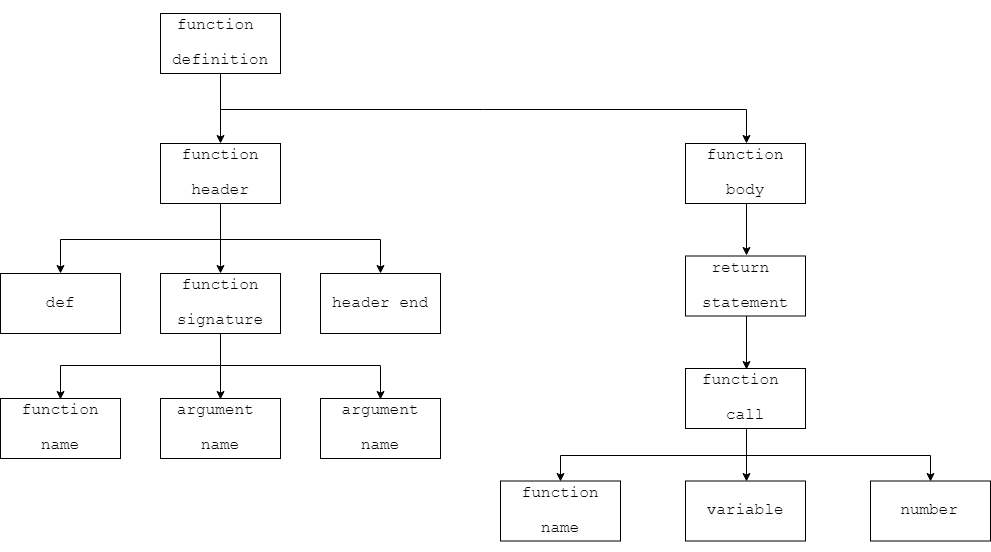
This is figures/parseTreeExample.PNG from quasarbright/Subduce, a draw.io export, as it was before one commit. Source tidied: cells renumbered, new cells last; positions are measured from the earlier drawing's top-left corner, leaving out a move shared by most shapes. Source of this version:
```xml
<mxGraphModel>
  <root>
    <mxCell id="0" />
    <mxCell id="1" parent="0" />
    <mxCell id="2" style="edgeStyle=orthogonalEdgeStyle;rounded=0;jettySize=auto;html=1;exitX=0.5;exitY=1;exitDx=0;exitDy=0;entryX=0.5;entryY=0;entryDx=0;entryDy=0;fontSize=16;" parent="1" edge="1" source="5" target="6">
      <mxGeometry relative="1" as="geometry" />
    </mxCell>
    <mxCell id="3" style="edgeStyle=orthogonalEdgeStyle;rounded=0;jettySize=auto;html=1;exitX=0.5;exitY=1;exitDx=0;exitDy=0;entryX=0.5;entryY=0;entryDx=0;entryDy=0;fontSize=16;" parent="1" edge="1" source="5" target="10">
      <mxGeometry relative="1" as="geometry" />
    </mxCell>
    <mxCell id="4" style="edgeStyle=orthogonalEdgeStyle;rounded=0;jettySize=auto;html=1;exitX=0.5;exitY=1;exitDx=0;exitDy=0;entryX=0.5;entryY=0;entryDx=0;entryDy=0;fontSize=16;" parent="1" edge="1" source="5" target="11">
      <mxGeometry relative="1" as="geometry" />
    </mxCell>
    <mxCell id="5" value="&lt;p style=&quot;line-height: 100%&quot;&gt;&lt;/p&gt;&lt;pre style=&quot;font-size: 16px&quot;&gt;&lt;font style=&quot;font-size: 16px&quot;&gt;function&lt;/font&gt;&lt;/pre&gt;&lt;pre style=&quot;font-size: 16px&quot;&gt;&lt;font style=&quot;font-size: 16px&quot;&gt;header&lt;/font&gt;&lt;/pre&gt;&lt;p&gt;&lt;/p&gt;" style="rounded=0;html=1;fontSize=16;whiteSpace=wrap;spacing=0;" parent="1" vertex="1">
      <mxGeometry x="160" y="130" width="120" height="60" as="geometry" />
    </mxCell>
    <mxCell id="6" value="&lt;p style=&quot;line-height: 100%&quot;&gt;&lt;/p&gt;&lt;pre style=&quot;font-size: 16px&quot;&gt;def&lt;/pre&gt;&lt;p&gt;&lt;/p&gt;" style="rounded=0;html=1;fontSize=16;whiteSpace=wrap;spacing=0;" parent="1" vertex="1">
      <mxGeometry y="260" width="120" height="60" as="geometry" />
    </mxCell>
    <mxCell id="7" style="edgeStyle=orthogonalEdgeStyle;rounded=0;jettySize=auto;html=1;exitX=0.5;exitY=1;exitDx=0;exitDy=0;entryX=0.5;entryY=0;entryDx=0;entryDy=0;fontSize=16;" parent="1" edge="1" source="10" target="13">
      <mxGeometry relative="1" as="geometry" />
    </mxCell>
    <mxCell id="8" style="edgeStyle=orthogonalEdgeStyle;rounded=0;jettySize=auto;html=1;exitX=0.5;exitY=1;exitDx=0;exitDy=0;entryX=0.5;entryY=0;entryDx=0;entryDy=0;fontSize=16;" parent="1" edge="1" source="10" target="12">
      <mxGeometry relative="1" as="geometry" />
    </mxCell>
    <mxCell id="9" style="edgeStyle=orthogonalEdgeStyle;rounded=0;jettySize=auto;html=1;exitX=0.5;exitY=1;exitDx=0;exitDy=0;entryX=0.5;entryY=0;entryDx=0;entryDy=0;fontSize=16;" parent="1" edge="1" source="10" target="14">
      <mxGeometry relative="1" as="geometry" />
    </mxCell>
    <mxCell id="10" value="&lt;p style=&quot;line-height: 100%&quot;&gt;&lt;/p&gt;&lt;pre style=&quot;font-size: 16px&quot;&gt;function&lt;/pre&gt;&lt;pre style=&quot;font-size: 16px&quot;&gt;signature&lt;/pre&gt;&lt;p&gt;&lt;/p&gt;" style="rounded=0;html=1;fontSize=16;whiteSpace=wrap;spacing=0;" parent="1" vertex="1">
      <mxGeometry x="160" y="260" width="120" height="60" as="geometry" />
    </mxCell>
    <mxCell id="11" value="&lt;p style=&quot;line-height: 100%&quot;&gt;&lt;/p&gt;&lt;pre style=&quot;font-size: 16px&quot;&gt;header end&lt;/pre&gt;&lt;p&gt;&lt;/p&gt;" style="rounded=0;html=1;fontSize=16;whiteSpace=wrap;spacing=0;" parent="1" vertex="1">
      <mxGeometry x="320" y="260" width="120" height="60" as="geometry" />
    </mxCell>
    <mxCell id="12" value="&lt;p style=&quot;line-height: 100%&quot;&gt;&lt;/p&gt;&lt;pre style=&quot;font-size: 16px&quot;&gt;argument &lt;/pre&gt;&lt;pre style=&quot;font-size: 16px&quot;&gt;name&lt;/pre&gt;&lt;p&gt;&lt;/p&gt;" style="rounded=0;html=1;fontSize=16;whiteSpace=wrap;spacing=0;" parent="1" vertex="1">
      <mxGeometry x="160" y="385" width="120" height="60" as="geometry" />
    </mxCell>
    <mxCell id="13" value="&lt;p style=&quot;line-height: 100%&quot;&gt;&lt;/p&gt;&lt;pre style=&quot;font-size: 16px&quot;&gt;function&lt;/pre&gt;&lt;pre style=&quot;font-size: 16px&quot;&gt;name&lt;/pre&gt;&lt;p&gt;&lt;/p&gt;" style="rounded=0;html=1;fontSize=16;whiteSpace=wrap;spacing=0;" parent="1" vertex="1">
      <mxGeometry y="385" width="120" height="60" as="geometry" />
    </mxCell>
    <mxCell id="14" value="&lt;p style=&quot;line-height: 100%&quot;&gt;&lt;/p&gt;&lt;pre style=&quot;font-size: 16px&quot;&gt;argument&lt;/pre&gt;&lt;pre style=&quot;font-size: 16px&quot;&gt;name&lt;/pre&gt;&lt;p&gt;&lt;/p&gt;" style="rounded=0;html=1;fontSize=16;whiteSpace=wrap;spacing=0;" parent="1" vertex="1">
      <mxGeometry x="320" y="385" width="120" height="60" as="geometry" />
    </mxCell>
    <mxCell id="15" style="edgeStyle=orthogonalEdgeStyle;rounded=0;jettySize=auto;html=1;exitX=0.5;exitY=1;exitDx=0;exitDy=0;entryX=0.5;entryY=0;entryDx=0;entryDy=0;fontSize=16;" parent="1" edge="1" source="17" target="5">
      <mxGeometry relative="1" as="geometry" />
    </mxCell>
    <mxCell id="16" style="edgeStyle=orthogonalEdgeStyle;rounded=0;jettySize=auto;html=1;exitX=0.5;exitY=1;exitDx=0;exitDy=0;entryX=0.5;entryY=0;entryDx=0;entryDy=0;fontSize=16;" parent="1" edge="1" source="17" target="28">
      <mxGeometry relative="1" as="geometry" />
    </mxCell>
    <mxCell id="17" value="&lt;p style=&quot;line-height: 100%&quot;&gt;&lt;/p&gt;&lt;pre style=&quot;font-size: 16px&quot;&gt;function &lt;/pre&gt;&lt;pre style=&quot;font-size: 16px&quot;&gt;definition&lt;/pre&gt;&lt;p&gt;&lt;/p&gt;" style="rounded=0;html=1;fontSize=16;whiteSpace=wrap;spacing=0;" parent="1" vertex="1">
      <mxGeometry x="160" width="120" height="60" as="geometry" />
    </mxCell>
    <mxCell id="18" style="edgeStyle=orthogonalEdgeStyle;rounded=0;jettySize=auto;html=1;exitX=0.5;exitY=1;exitDx=0;exitDy=0;entryX=0.5;entryY=0;entryDx=0;entryDy=0;fontSize=16;" parent="1" edge="1" source="19" target="23">
      <mxGeometry relative="1" as="geometry" />
    </mxCell>
    <mxCell id="19" value="&lt;p style=&quot;line-height: 100%&quot;&gt;&lt;/p&gt;&lt;pre style=&quot;font-size: 16px&quot;&gt;return &lt;/pre&gt;&lt;pre style=&quot;font-size: 16px&quot;&gt;statement&lt;/pre&gt;&lt;p&gt;&lt;/p&gt;" style="rounded=0;html=1;fontSize=16;whiteSpace=wrap;spacing=0;" parent="1" vertex="1">
      <mxGeometry x="685" y="242.5" width="120" height="60" as="geometry" />
    </mxCell>
    <mxCell id="20" style="edgeStyle=orthogonalEdgeStyle;rounded=0;jettySize=auto;html=1;exitX=0.5;exitY=1;exitDx=0;exitDy=0;entryX=0.5;entryY=0;entryDx=0;entryDy=0;fontSize=16;" parent="1" edge="1" source="23" target="24">
      <mxGeometry relative="1" as="geometry" />
    </mxCell>
    <mxCell id="21" style="edgeStyle=orthogonalEdgeStyle;rounded=0;jettySize=auto;html=1;exitX=0.5;exitY=1;exitDx=0;exitDy=0;entryX=0.5;entryY=0;entryDx=0;entryDy=0;fontSize=16;" parent="1" edge="1" source="23" target="25">
      <mxGeometry relative="1" as="geometry" />
    </mxCell>
    <mxCell id="22" style="edgeStyle=orthogonalEdgeStyle;rounded=0;jettySize=auto;html=1;exitX=0.5;exitY=1;exitDx=0;exitDy=0;entryX=0.5;entryY=0;entryDx=0;entryDy=0;fontSize=16;" parent="1" edge="1" source="23" target="26">
      <mxGeometry relative="1" as="geometry" />
    </mxCell>
    <mxCell id="23" value="&lt;p style=&quot;line-height: 100%&quot;&gt;&lt;/p&gt;&lt;pre style=&quot;font-size: 16px&quot;&gt;function &lt;/pre&gt;&lt;pre style=&quot;font-size: 16px&quot;&gt;call&lt;/pre&gt;&lt;p&gt;&lt;/p&gt;" style="rounded=0;html=1;fontSize=16;whiteSpace=wrap;spacing=0;" parent="1" vertex="1">
      <mxGeometry x="685" y="355" width="120" height="60" as="geometry" />
    </mxCell>
    <mxCell id="24" value="&lt;p style=&quot;line-height: 100%&quot;&gt;&lt;/p&gt;&lt;pre style=&quot;font-size: 16px&quot;&gt;function&lt;/pre&gt;&lt;pre style=&quot;font-size: 16px&quot;&gt;name&lt;/pre&gt;&lt;p&gt;&lt;/p&gt;" style="rounded=0;html=1;fontSize=16;whiteSpace=wrap;spacing=0;" parent="1" vertex="1">
      <mxGeometry x="500" y="467.5" width="120" height="60" as="geometry" />
    </mxCell>
    <mxCell id="25" value="&lt;p style=&quot;line-height: 100%&quot;&gt;&lt;/p&gt;&lt;pre style=&quot;font-size: 16px&quot;&gt;variable&lt;/pre&gt;&lt;p&gt;&lt;/p&gt;" style="rounded=0;html=1;fontSize=16;whiteSpace=wrap;spacing=0;" parent="1" vertex="1">
      <mxGeometry x="685" y="467.5" width="120" height="60" as="geometry" />
    </mxCell>
    <mxCell id="26" value="&lt;p style=&quot;line-height: 100%&quot;&gt;&lt;/p&gt;&lt;pre style=&quot;font-size: 16px&quot;&gt;number&lt;/pre&gt;&lt;p&gt;&lt;/p&gt;" style="rounded=0;html=1;fontSize=16;whiteSpace=wrap;spacing=0;" parent="1" vertex="1">
      <mxGeometry x="870" y="467.5" width="120" height="60" as="geometry" />
    </mxCell>
    <mxCell id="27" style="edgeStyle=orthogonalEdgeStyle;rounded=0;jettySize=auto;html=1;exitX=0.5;exitY=1;exitDx=0;exitDy=0;entryX=0.5;entryY=0;entryDx=0;entryDy=0;fontSize=16;" parent="1" edge="1" source="28" target="19">
      <mxGeometry relative="1" as="geometry" />
    </mxCell>
    <mxCell id="28" value="&lt;p style=&quot;line-height: 100%&quot;&gt;&lt;/p&gt;&lt;pre style=&quot;font-size: 16px&quot;&gt;function&lt;/pre&gt;&lt;pre style=&quot;font-size: 16px&quot;&gt;body&lt;/pre&gt;&lt;p&gt;&lt;/p&gt;" style="rounded=0;html=1;fontSize=16;whiteSpace=wrap;spacing=0;" parent="1" vertex="1">
      <mxGeometry x="685" y="130" width="120" height="60" as="geometry" />
    </mxCell>
  </root>
</mxGraphModel>
```
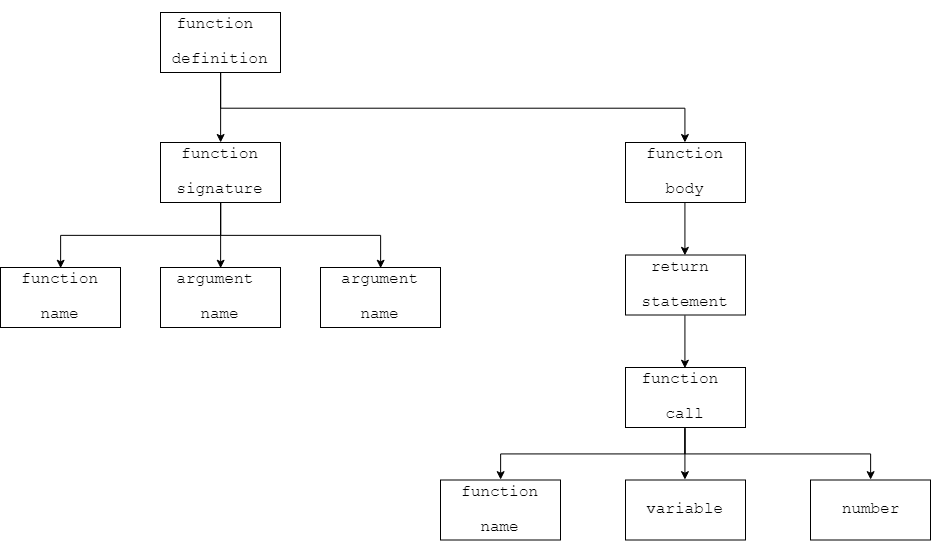
After the change.

Change to the diagram source:
```diff
@@ -2,21 +2,6 @@
   <root>
     <mxCell id="0" />
     <mxCell id="1" parent="0" />
-    <mxCell id="2" style="edgeStyle=orthogonalEdgeStyle;rounded=0;jettySize=auto;html=1;exitX=0.5;exitY=1;exitDx=0;exitDy=0;entryX=0.5;entryY=0;entryDx=0;entryDy=0;fontSize=16;" parent="1" edge="1" source="5" target="6">
-      <mxGeometry relative="1" as="geometry" />
-    </mxCell>
-    <mxCell id="3" style="edgeStyle=orthogonalEdgeStyle;rounded=0;jettySize=auto;html=1;exitX=0.5;exitY=1;exitDx=0;exitDy=0;entryX=0.5;entryY=0;entryDx=0;entryDy=0;fontSize=16;" parent="1" edge="1" source="5" target="10">
-      <mxGeometry relative="1" as="geometry" />
-    </mxCell>
-    <mxCell id="4" style="edgeStyle=orthogonalEdgeStyle;rounded=0;jettySize=auto;html=1;exitX=0.5;exitY=1;exitDx=0;exitDy=0;entryX=0.5;entryY=0;entryDx=0;entryDy=0;fontSize=16;" parent="1" edge="1" source="5" target="11">
-      <mxGeometry relative="1" as="geometry" />
-    </mxCell>
-    <mxCell id="5" value="&lt;p style=&quot;line-height: 100%&quot;&gt;&lt;/p&gt;&lt;pre style=&quot;font-size: 16px&quot;&gt;&lt;font style=&quot;font-size: 16px&quot;&gt;function&lt;/font&gt;&lt;/pre&gt;&lt;pre style=&quot;font-size: 16px&quot;&gt;&lt;font style=&quot;font-size: 16px&quot;&gt;header&lt;/font&gt;&lt;/pre&gt;&lt;p&gt;&lt;/p&gt;" style="rounded=0;html=1;fontSize=16;whiteSpace=wrap;spacing=0;" parent="1" vertex="1">
-      <mxGeometry x="160" y="130" width="120" height="60" as="geometry" />
-    </mxCell>
-    <mxCell id="6" value="&lt;p style=&quot;line-height: 100%&quot;&gt;&lt;/p&gt;&lt;pre style=&quot;font-size: 16px&quot;&gt;def&lt;/pre&gt;&lt;p&gt;&lt;/p&gt;" style="rounded=0;html=1;fontSize=16;whiteSpace=wrap;spacing=0;" parent="1" vertex="1">
-      <mxGeometry y="260" width="120" height="60" as="geometry" />
-    </mxCell>
     <mxCell id="7" style="edgeStyle=orthogonalEdgeStyle;rounded=0;jettySize=auto;html=1;exitX=0.5;exitY=1;exitDx=0;exitDy=0;entryX=0.5;entryY=0;entryDx=0;entryDy=0;fontSize=16;" parent="1" edge="1" source="10" target="13">
       <mxGeometry relative="1" as="geometry" />
     </mxCell>
@@ -27,28 +12,25 @@
       <mxGeometry relative="1" as="geometry" />
     </mxCell>
     <mxCell id="10" value="&lt;p style=&quot;line-height: 100%&quot;&gt;&lt;/p&gt;&lt;pre style=&quot;font-size: 16px&quot;&gt;function&lt;/pre&gt;&lt;pre style=&quot;font-size: 16px&quot;&gt;signature&lt;/pre&gt;&lt;p&gt;&lt;/p&gt;" style="rounded=0;html=1;fontSize=16;whiteSpace=wrap;spacing=0;" parent="1" vertex="1">
-      <mxGeometry x="160" y="260" width="120" height="60" as="geometry" />
+      <mxGeometry x="220" y="130" width="120" height="60" as="geometry" />
     </mxCell>
-    <mxCell id="11" value="&lt;p style=&quot;line-height: 100%&quot;&gt;&lt;/p&gt;&lt;pre style=&quot;font-size: 16px&quot;&gt;header end&lt;/pre&gt;&lt;p&gt;&lt;/p&gt;" style="rounded=0;html=1;fontSize=16;whiteSpace=wrap;spacing=0;" parent="1" vertex="1">
-      <mxGeometry x="320" y="260" width="120" height="60" as="geometry" />
-    </mxCell>
     <mxCell id="12" value="&lt;p style=&quot;line-height: 100%&quot;&gt;&lt;/p&gt;&lt;pre style=&quot;font-size: 16px&quot;&gt;argument &lt;/pre&gt;&lt;pre style=&quot;font-size: 16px&quot;&gt;name&lt;/pre&gt;&lt;p&gt;&lt;/p&gt;" style="rounded=0;html=1;fontSize=16;whiteSpace=wrap;spacing=0;" parent="1" vertex="1">
-      <mxGeometry x="160" y="385" width="120" height="60" as="geometry" />
+      <mxGeometry x="220" y="255" width="120" height="60" as="geometry" />
     </mxCell>
     <mxCell id="13" value="&lt;p style=&quot;line-height: 100%&quot;&gt;&lt;/p&gt;&lt;pre style=&quot;font-size: 16px&quot;&gt;function&lt;/pre&gt;&lt;pre style=&quot;font-size: 16px&quot;&gt;name&lt;/pre&gt;&lt;p&gt;&lt;/p&gt;" style="rounded=0;html=1;fontSize=16;whiteSpace=wrap;spacing=0;" parent="1" vertex="1">
-      <mxGeometry y="385" width="120" height="60" as="geometry" />
+      <mxGeometry x="60" y="255" width="120" height="60" as="geometry" />
     </mxCell>
     <mxCell id="14" value="&lt;p style=&quot;line-height: 100%&quot;&gt;&lt;/p&gt;&lt;pre style=&quot;font-size: 16px&quot;&gt;argument&lt;/pre&gt;&lt;pre style=&quot;font-size: 16px&quot;&gt;name&lt;/pre&gt;&lt;p&gt;&lt;/p&gt;" style="rounded=0;html=1;fontSize=16;whiteSpace=wrap;spacing=0;" parent="1" vertex="1">
-      <mxGeometry x="320" y="385" width="120" height="60" as="geometry" />
+      <mxGeometry x="380" y="255" width="120" height="60" as="geometry" />
     </mxCell>
-    <mxCell id="15" style="edgeStyle=orthogonalEdgeStyle;rounded=0;jettySize=auto;html=1;exitX=0.5;exitY=1;exitDx=0;exitDy=0;entryX=0.5;entryY=0;entryDx=0;entryDy=0;fontSize=16;" parent="1" edge="1" source="17" target="5">
-      <mxGeometry relative="1" as="geometry" />
-    </mxCell>
     <mxCell id="16" style="edgeStyle=orthogonalEdgeStyle;rounded=0;jettySize=auto;html=1;exitX=0.5;exitY=1;exitDx=0;exitDy=0;entryX=0.5;entryY=0;entryDx=0;entryDy=0;fontSize=16;" parent="1" edge="1" source="17" target="28">
       <mxGeometry relative="1" as="geometry" />
     </mxCell>
+    <mxCell id="29" style="edgeStyle=orthogonalEdgeStyle;rounded=0;jettySize=auto;html=1;exitX=0.5;exitY=1;exitDx=0;exitDy=0;entryX=0.5;entryY=0;entryDx=0;entryDy=0;fontSize=16;" parent="1" edge="1" source="17" target="10">
+      <mxGeometry relative="1" as="geometry" />
+    </mxCell>
     <mxCell id="17" value="&lt;p style=&quot;line-height: 100%&quot;&gt;&lt;/p&gt;&lt;pre style=&quot;font-size: 16px&quot;&gt;function &lt;/pre&gt;&lt;pre style=&quot;font-size: 16px&quot;&gt;definition&lt;/pre&gt;&lt;p&gt;&lt;/p&gt;" style="rounded=0;html=1;fontSize=16;whiteSpace=wrap;spacing=0;" parent="1" vertex="1">
-      <mxGeometry x="160" width="120" height="60" as="geometry" />
+      <mxGeometry x="220" width="120" height="60" as="geometry" />
     </mxCell>
     <mxCell id="18" style="edgeStyle=orthogonalEdgeStyle;rounded=0;jettySize=auto;html=1;exitX=0.5;exitY=1;exitDx=0;exitDy=0;entryX=0.5;entryY=0;entryDx=0;entryDy=0;fontSize=16;" parent="1" edge="1" source="19" target="23">
       <mxGeometry relative="1" as="geometry" />
```
